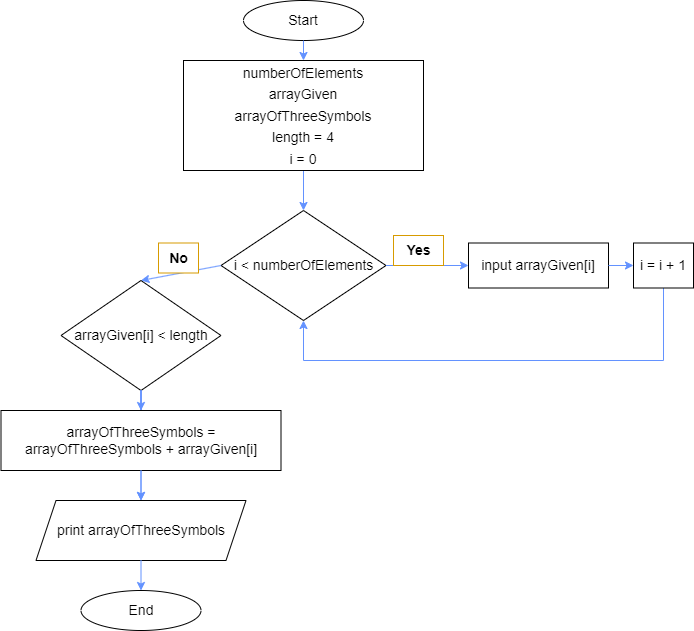
This is block_diagram_three_symbols.png from ElenaTi/IT-Kontrolnaya, a draw.io export, as it was before one commit. Source tidied: cells renumbered, new cells last; positions are measured from the earlier drawing's top-left corner, leaving out a move shared by most shapes.
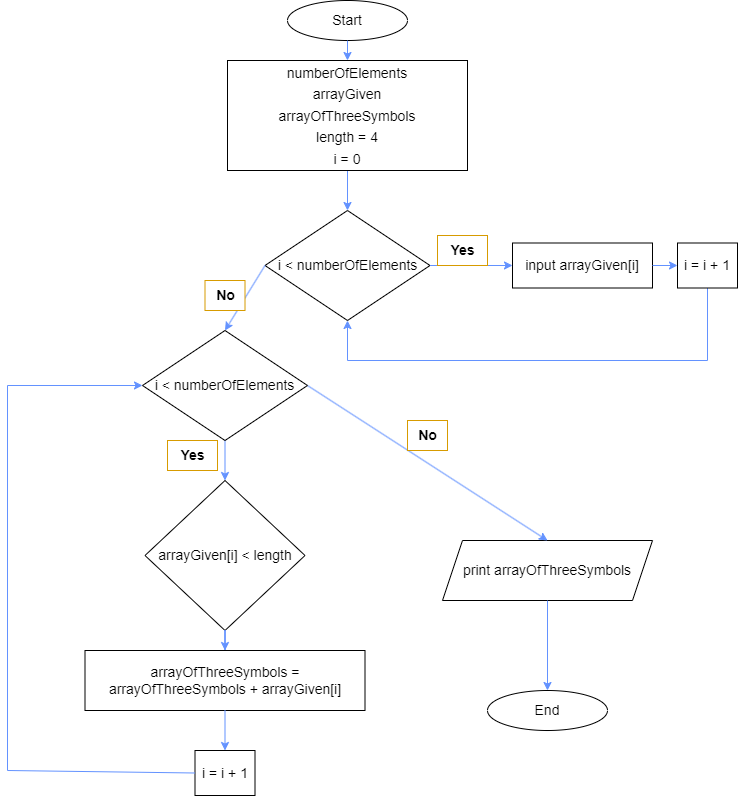
Above is the later version.

Commit message:
исправление блок-схемы. Был пропущен цикл

Diff of the diagram source:
```diff
@@ -17,23 +17,23 @@
     <mxCell id="6" value="input arrayGiven[i]" style="rounded=0;whiteSpace=wrap;html=1;fontSize=14;" parent="1" vertex="1">
       <mxGeometry x="467" y="242.5" width="140" height="45" as="geometry" />
     </mxCell>
-    <mxCell id="7" style="edgeStyle=orthogonalEdgeStyle;rounded=0;jettySize=auto;html=1;fontColor=#000000;strokeColor=#6392FF;" parent="1" edge="1" source="8" target="11">
-      <mxGeometry relative="1" as="geometry" />
-    </mxCell>
+    <mxCell id="23" style="edgeStyle=orthogonalEdgeStyle;rounded=0;jettySize=auto;html=1;fontColor=#000000;strokeColor=#6392FF;entryX=0.5;entryY=0;entryDx=0;entryDy=0;" parent="1" edge="1" source="24" target="8">
+      <mxGeometry relative="1" as="geometry" />
+    </mxCell>
     <mxCell id="8" value="arrayGiven[i] &amp;lt; length" style="rhombus;whiteSpace=wrap;html=1;fontSize=14;" parent="1" vertex="1">
-      <mxGeometry x="59.5" y="280" width="160" height="110" as="geometry" />
+      <mxGeometry x="99.5" y="480" width="160" height="150" as="geometry" />
     </mxCell>
     <mxCell id="9" style="edgeStyle=orthogonalEdgeStyle;rounded=0;jettySize=auto;html=1;fontSize=14;entryX=0.5;entryY=0;entryDx=0;entryDy=0;strokeColor=#6392FF;" parent="1" edge="1" source="8" target="10">
       <mxGeometry relative="1" as="geometry" />
     </mxCell>
     <mxCell id="10" value="arrayOfThreeSymbols = arrayOfThreeSymbols + arrayGiven[i]" style="rounded=0;whiteSpace=wrap;html=1;fontSize=14;" parent="1" vertex="1">
-      <mxGeometry x="-0.5" y="410" width="280" height="60" as="geometry" />
+      <mxGeometry x="39.5" y="650" width="280" height="60" as="geometry" />
     </mxCell>
     <mxCell id="11" value="print arrayOfThreeSymbols" style="shape=parallelogram;perimeter=parallelogramPerimeter;whiteSpace=wrap;html=1;fixedSize=1;fontSize=14;" parent="1" vertex="1">
-      <mxGeometry x="34.5" y="500" width="210" height="60" as="geometry" />
+      <mxGeometry x="397" y="540" width="210" height="60" as="geometry" />
     </mxCell>
     <mxCell id="12" value="End" style="ellipse;whiteSpace=wrap;html=1;fontSize=14;" parent="1" vertex="1">
-      <mxGeometry x="79.5" y="590" width="120" height="40" as="geometry" />
+      <mxGeometry x="442" y="690" width="120" height="40" as="geometry" />
     </mxCell>
     <mxCell id="13" style="endArrow=classic;html=1;rounded=0;fontSize=14;exitX=0.5;exitY=1;exitDx=0;exitDy=0;strokeColor=#6392FF;" parent="1" edge="1" source="2" target="4">
       <mxGeometry relative="1" as="geometry" />
@@ -52,13 +52,13 @@
         </Array>
       </mxGeometry>
     </mxCell>
-    <mxCell id="17" style="endArrow=classic;html=1;rounded=0;fontSize=14;entryX=0.5;entryY=0;entryDx=0;entryDy=0;exitX=0;exitY=0.5;exitDx=0;exitDy=0;strokeColor=#6392FF;" parent="1" edge="1" source="5" target="8">
+    <mxCell id="17" style="endArrow=classic;html=1;rounded=0;fontSize=14;exitX=0;exitY=0.5;exitDx=0;exitDy=0;strokeColor=#6392FF;entryX=0.5;entryY=0;entryDx=0;entryDy=0;" parent="1" edge="1" source="5" target="24">
       <mxGeometry relative="1" as="geometry" />
     </mxCell>
     <mxCell id="18" value="&lt;b&gt;No&lt;/b&gt;" style="text;html=1;align=center;verticalAlign=middle;strokeColor=#d79b00;fillColor=#FFFFFF;fontSize=14;" parent="1" vertex="1">
-      <mxGeometry x="157" y="242.5" width="40" height="30" as="geometry" />
+      <mxGeometry x="159.5" y="280" width="40" height="30" as="geometry" />
     </mxCell>
-    <mxCell id="19" style="endArrow=classic;html=1;rounded=0;fontSize=14;exitX=0.5;exitY=1;exitDx=0;exitDy=0;entryX=0.5;entryY=0;entryDx=0;entryDy=0;strokeColor=#6392FF;" parent="1" edge="1" source="10" target="11">
+    <mxCell id="19" style="endArrow=classic;html=1;rounded=0;fontSize=14;entryX=0.5;entryY=0;entryDx=0;entryDy=0;strokeColor=#6392FF;exitX=1;exitY=0.5;exitDx=0;exitDy=0;" parent="1" edge="1" source="24" target="11">
       <mxGeometry relative="1" as="geometry" />
     </mxCell>
     <mxCell id="20" style="endArrow=classic;html=1;rounded=0;fontSize=14;exitX=0.5;exitY=1;exitDx=0;exitDy=0;entryX=0.5;entryY=0;entryDx=0;entryDy=0;strokeColor=#6392FF;" parent="1" edge="1" source="11" target="12">
@@ -72,5 +72,28 @@
         <mxPoint x="632" y="265" as="targetPoint" />
       </mxGeometry>
     </mxCell>
+    <mxCell id="24" value="i &amp;lt; numberOfElements" style="rhombus;whiteSpace=wrap;html=1;fontSize=14;" parent="1" vertex="1">
+      <mxGeometry x="97" y="330" width="165" height="110" as="geometry" />
+    </mxCell>
+    <mxCell id="25" value="&lt;b&gt;Yes&lt;/b&gt;" style="text;html=1;align=center;verticalAlign=middle;strokeColor=#d79b00;fillColor=#FFFFFF;fontSize=14;" parent="1" vertex="1">
+      <mxGeometry x="122" y="440" width="50" height="30" as="geometry" />
+    </mxCell>
+    <mxCell id="26" value="i = i + 1" style="rounded=0;whiteSpace=wrap;html=1;fontSize=14;" parent="1" vertex="1">
+      <mxGeometry x="149.5" y="750" width="60" height="45" as="geometry" />
+    </mxCell>
+    <mxCell id="27" style="endArrow=classic;html=1;rounded=0;fontSize=14;strokeColor=#6392FF;exitX=0;exitY=0.5;exitDx=0;exitDy=0;entryX=0;entryY=0.5;entryDx=0;entryDy=0;" parent="1" edge="1" source="26" target="24">
+      <mxGeometry relative="1" as="geometry">
+        <Array as="points">
+          <mxPoint x="-38" y="770" />
+          <mxPoint x="-38" y="385" />
+        </Array>
+      </mxGeometry>
+    </mxCell>
+    <mxCell id="28" style="edgeStyle=orthogonalEdgeStyle;rounded=0;jettySize=auto;html=1;fontSize=14;entryX=0.5;entryY=0;entryDx=0;entryDy=0;strokeColor=#6392FF;exitX=0.5;exitY=1;exitDx=0;exitDy=0;" parent="1" edge="1" source="10" target="26">
+      <mxGeometry relative="1" as="geometry" />
+    </mxCell>
+    <mxCell id="29" value="&lt;b&gt;No&lt;/b&gt;" style="text;html=1;align=center;verticalAlign=middle;strokeColor=#d79b00;fillColor=#FFFFFF;fontSize=14;" parent="1" vertex="1">
+      <mxGeometry x="362" y="420" width="40" height="30" as="geometry" />
+    </mxCell>
   </root>
 </mxGraphModel>
```
